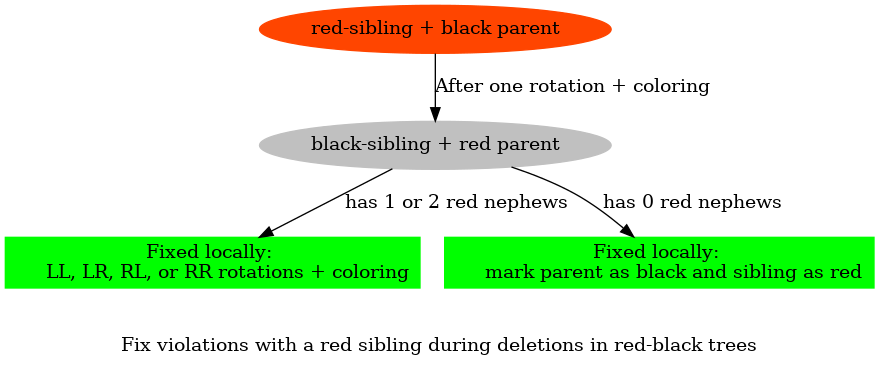
sheisc/COMP9024 keeps this Graphviz diagram as Trees/RedBlackTree/diagrams/RedSibling.png. Above is the earlier version. Its source is kept beside it as Trees/RedBlackTree/diagrams/RedSibling.dot. The source it was exported from:
```dot
digraph RBTree {
"0x0001" [label="red-sibling + black parent"] [color=orangered] [style=filled]
"0x0002" [label="black-sibling + red parent"] [color=grey] [style=filled]
"0x0001" -> {"0x0002"} [label="After one rotation + coloring"]
"0x0002" -> {"0x0003"} [label="has 1 or 2 red nephews"]
"0x0003" [label="Fixed locally:
     LL, LR, RL, or RR rotations + coloring"] [shape="box"] [color=green] [style=filled]
"0x0002" -> {"0x0004"} [label="has 0 red nephews"]
"0x0004" [label="Fixed locally:
     mark parent as black and sibling as red"] [shape="box"]  [color=green] [style=filled]

label="

Fix violations with a red sibling during deletions in red-black trees"
}
```
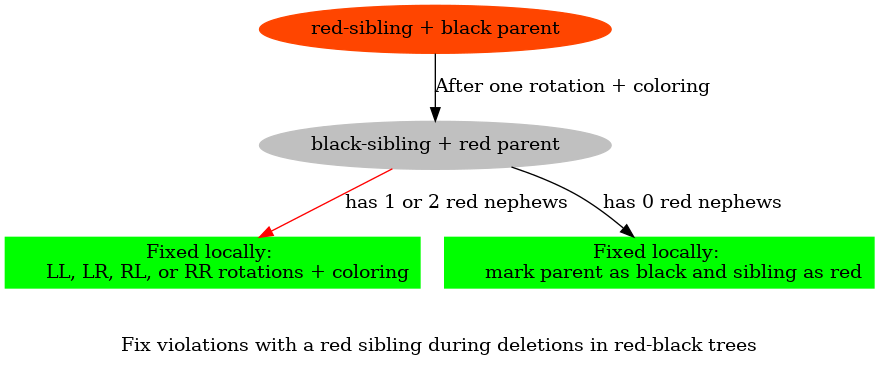
The same diagram one commit later.

The edit, as a diff of the source:
```diff
@@ -2,7 +2,7 @@
 "0x0001" [label="red-sibling + black parent"] [color=orangered] [style=filled]
 "0x0002" [label="black-sibling + red parent"] [color=grey] [style=filled]
 "0x0001" -> {"0x0002"} [label="After one rotation + coloring"]
-"0x0002" -> {"0x0003"} [label="has 1 or 2 red nephews"]
+"0x0002" -> {"0x0003"} [label="has 1 or 2 red nephews"] [color=red]
 "0x0003" [label="Fixed locally:
      LL, LR, RL, or RR rotations + coloring"] [shape="box"] [color=green] [style=filled]
 "0x0002" -> {"0x0004"} [label="has 0 red nephews"]
```
